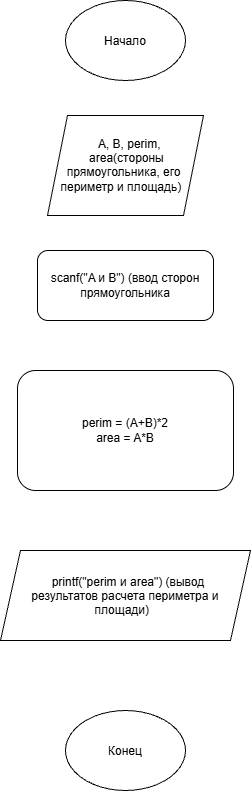
The draw.io diagram lab_2_schema.png in Akydam4/lab3, before a commit. Source tidied: cells renumbered, new cells last; positions are measured from the earlier drawing's top-left corner, leaving out a move shared by most shapes. Source of this version:
```xml
<mxGraphModel>
  <root>
    <mxCell id="0" />
    <mxCell id="1" parent="0" />
    <mxCell id="2" value="Конец" style="ellipse;whiteSpace=wrap;html=1;shapeInside=1;" parent="1" vertex="1">
      <mxGeometry x="65" y="710" width="120" height="80" as="geometry" />
    </mxCell>
    <mxCell id="3" value="Начало" style="ellipse;whiteSpace=wrap;html=1;shapeInside=1;" parent="1" vertex="1">
      <mxGeometry x="65" width="120" height="80" as="geometry" />
    </mxCell>
    <mxCell id="4" value="A, B, perim, area(стороны прямоугольника, его периметр и площадь)" style="shape=parallelogram;perimeter=parallelogramPerimeter;whiteSpace=wrap;html=1;shapeInside=1;fixedSize=1;" parent="1" vertex="1">
      <mxGeometry x="47" y="115" width="156" height="100" as="geometry" />
    </mxCell>
    <mxCell id="5" value="scanf(&quot;A и B&quot;) (ввод сторон прямоугольника" style="rounded=1;whiteSpace=wrap;html=1;" parent="1" vertex="1">
      <mxGeometry x="37" y="250" width="176" height="70" as="geometry" />
    </mxCell>
    <mxCell id="6" value="perim = (A+B)*2&lt;div&gt;area = A*B&lt;/div&gt;" style="rounded=1;whiteSpace=wrap;html=1;" parent="1" vertex="1">
      <mxGeometry x="17" y="370" width="216" height="120" as="geometry" />
    </mxCell>
    <mxCell id="7" value="printf(&quot;perim и area&quot;) (вывод результатов расчета периметра и площади)" style="shape=parallelogram;perimeter=parallelogramPerimeter;whiteSpace=wrap;html=1;shapeInside=1;fixedSize=1;" parent="1" vertex="1">
      <mxGeometry y="550" width="250" height="90" as="geometry" />
    </mxCell>
  </root>
</mxGraphModel>
```
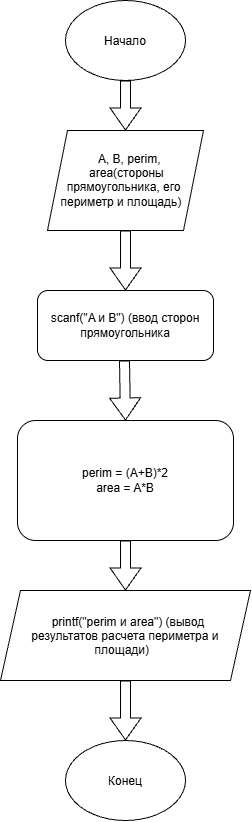
Later version of the same file.

Diff of the diagram source:
```diff
@@ -3,22 +3,47 @@
     <mxCell id="0" />
     <mxCell id="1" parent="0" />
     <mxCell id="2" value="Конец" style="ellipse;whiteSpace=wrap;html=1;shapeInside=1;" parent="1" vertex="1">
-      <mxGeometry x="65" y="710" width="120" height="80" as="geometry" />
+      <mxGeometry x="65" y="740" width="120" height="80" as="geometry" />
     </mxCell>
     <mxCell id="3" value="Начало" style="ellipse;whiteSpace=wrap;html=1;shapeInside=1;" parent="1" vertex="1">
       <mxGeometry x="65" width="120" height="80" as="geometry" />
     </mxCell>
     <mxCell id="4" value="A, B, perim, area(стороны прямоугольника, его периметр и площадь)" style="shape=parallelogram;perimeter=parallelogramPerimeter;whiteSpace=wrap;html=1;shapeInside=1;fixedSize=1;" parent="1" vertex="1">
-      <mxGeometry x="47" y="115" width="156" height="100" as="geometry" />
+      <mxGeometry x="47" y="130" width="156" height="100" as="geometry" />
     </mxCell>
     <mxCell id="5" value="scanf(&quot;A и B&quot;) (ввод сторон прямоугольника" style="rounded=1;whiteSpace=wrap;html=1;" parent="1" vertex="1">
-      <mxGeometry x="37" y="250" width="176" height="70" as="geometry" />
+      <mxGeometry x="37" y="290" width="176" height="70" as="geometry" />
     </mxCell>
     <mxCell id="6" value="perim = (A+B)*2&lt;div&gt;area = A*B&lt;/div&gt;" style="rounded=1;whiteSpace=wrap;html=1;" parent="1" vertex="1">
-      <mxGeometry x="17" y="370" width="216" height="120" as="geometry" />
+      <mxGeometry x="17" y="420" width="216" height="120" as="geometry" />
     </mxCell>
     <mxCell id="7" value="printf(&quot;perim и area&quot;) (вывод результатов расчета периметра и площади)" style="shape=parallelogram;perimeter=parallelogramPerimeter;whiteSpace=wrap;html=1;shapeInside=1;fixedSize=1;" parent="1" vertex="1">
-      <mxGeometry y="550" width="250" height="90" as="geometry" />
+      <mxGeometry y="590" width="250" height="90" as="geometry" />
     </mxCell>
+    <mxCell id="8" style="shape=flexArrow;endArrow=classic;html=1;rounded=0;endWidth=20;endSize=7;" parent="1" edge="1" target="4">
+      <mxGeometry relative="1" as="geometry">
+        <mxPoint x="125" y="80" as="sourcePoint" />
+      </mxGeometry>
+    </mxCell>
+    <mxCell id="9" style="shape=flexArrow;endArrow=classic;html=1;rounded=0;endWidth=20;endSize=7;entryX=0.5;entryY=0;entryDx=0;entryDy=0;" parent="1" edge="1" target="5">
+      <mxGeometry relative="1" as="geometry">
+        <mxPoint x="125" y="230" as="sourcePoint" />
+      </mxGeometry>
+    </mxCell>
+    <mxCell id="10" style="shape=flexArrow;endArrow=classic;html=1;rounded=0;endWidth=20;endSize=7;entryX=0.5;entryY=0;entryDx=0;entryDy=0;" parent="1" edge="1" target="6">
+      <mxGeometry relative="1" as="geometry">
+        <mxPoint x="124" y="360" as="sourcePoint" />
+      </mxGeometry>
+    </mxCell>
+    <mxCell id="11" style="shape=flexArrow;endArrow=classic;html=1;rounded=0;endWidth=20;endSize=7;entryX=0.5;entryY=0;entryDx=0;entryDy=0;" parent="1" edge="1" target="7">
+      <mxGeometry relative="1" as="geometry">
+        <mxPoint x="125" y="540" as="sourcePoint" />
+      </mxGeometry>
+    </mxCell>
+    <mxCell id="12" style="shape=flexArrow;endArrow=classic;html=1;rounded=0;endWidth=20;endSize=7;entryX=0.5;entryY=0;entryDx=0;entryDy=0;" parent="1" edge="1" target="2">
+      <mxGeometry relative="1" as="geometry">
+        <mxPoint x="125" y="680" as="sourcePoint" />
+      </mxGeometry>
+    </mxCell>
   </root>
 </mxGraphModel>
```
